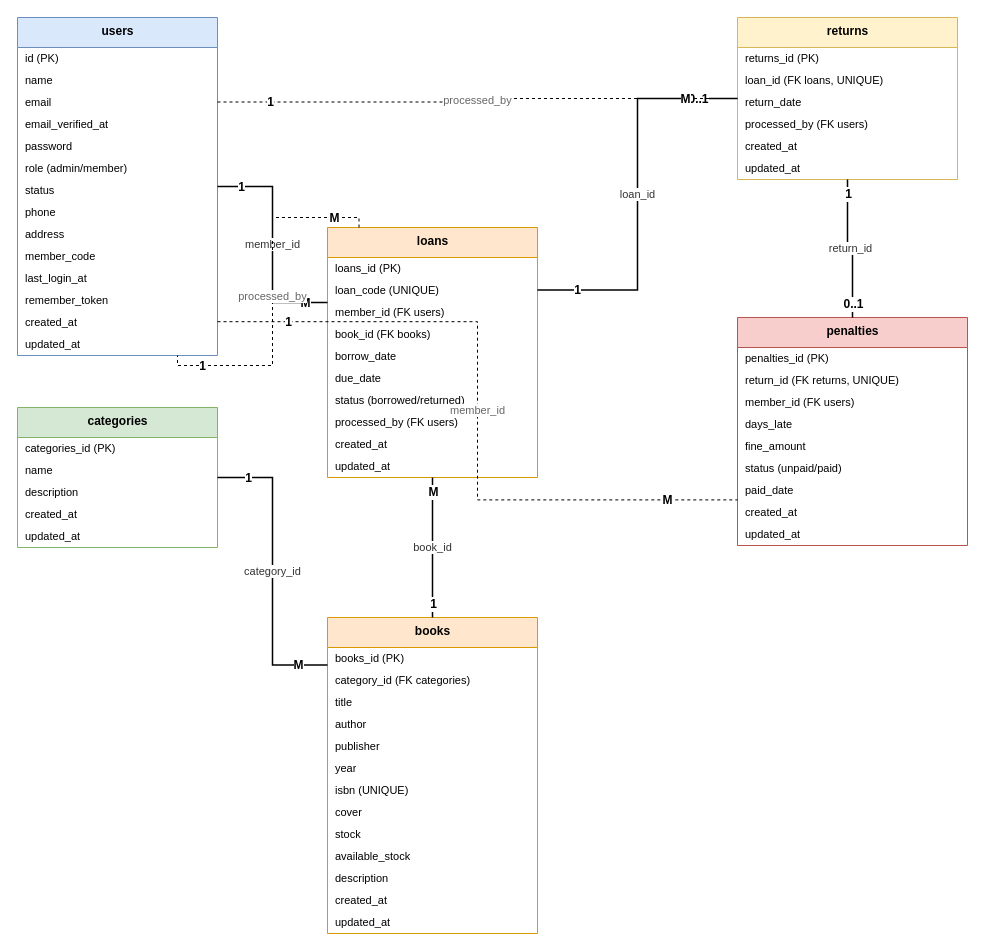
The draw.io diagram erd-perpustakaan.drawio in firmnware/Laravel10-CRUD-Library-System, before the edit. Source tidied: cells renumbered, new cells numbered last; positions are measured from the earlier drawing's top-left corner, leaving out a move shared by most shapes. Both pictures are drawn from the tidied source at 100%, with x=0, y=0 at pixel (17, 17).
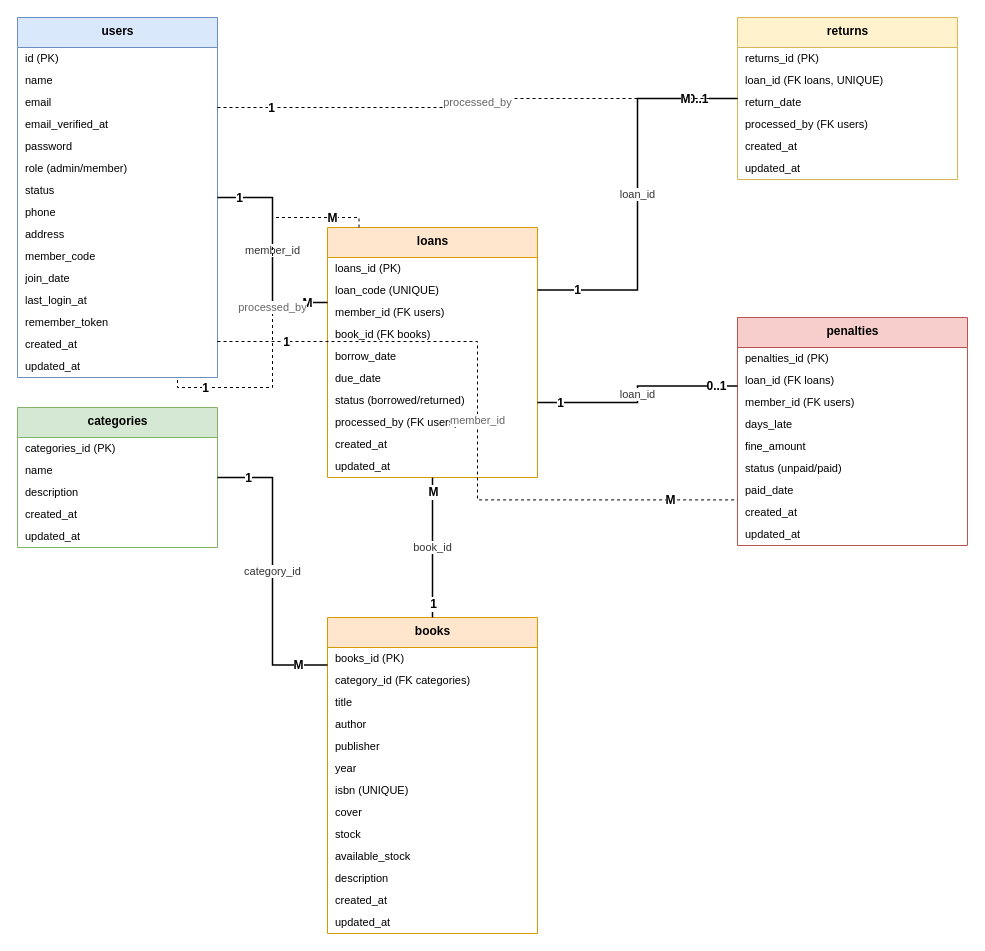
Above is the later version.

Commit message (it also covers changes not shown here):
Align ERD & kardinalitas.md dengan skema phpMyAdmin aktual (penalties.loan_id, users.join_date, loans.loans_id+processed_by)

The change refers to these unchanged cells:
```xml
<mxCell id="23" value="loans" style="swimlane;fontStyle=1;align=center;verticalAlign=top;horizontal=1;startSize=30;fillColor=#ffe6cc;strokeColor=#d79b00;html=1;fontSize=12;" parent="1" vertex="1">
  <mxGeometry x="310" y="210" width="210" height="250" as="geometry" />
</mxCell>
<mxCell id="48" value="returns" style="swimlane;fontStyle=1;align=center;verticalAlign=top;horizontal=1;startSize=30;fillColor=#fff2cc;strokeColor=#d6b656;html=1;fontSize=12;" parent="1" vertex="1">
  <mxGeometry x="720" width="220" height="162" as="geometry" />
</mxCell>
<mxCell id="55" value="penalties" style="swimlane;fontStyle=1;align=center;verticalAlign=top;horizontal=1;startSize=30;fillColor=#f8cecc;strokeColor=#b85450;html=1;fontSize=12;" parent="1" vertex="1">
  <mxGeometry x="720" y="300" width="230" height="228" as="geometry" />
</mxCell>
```

What changed in the source:
```diff
@@
     <mxCell id="2" value="users" style="swimlane;fontStyle=1;align=center;verticalAlign=top;horizontal=1;startSize=30;fillColor=#dae8fc;strokeColor=#6c8ebf;html=1;fontSize=12;" parent="1" vertex="1">
-      <mxGeometry width="200" height="338" as="geometry" />
+      <mxGeometry width="200" height="360" as="geometry" />
     </mxCell>
@@
-    <mxCell id="13" value="last_login_at" style="text;strokeColor=none;fillColor=none;align=left;verticalAlign=middle;spacingLeft=6;overflow=hidden;fontSize=11;html=1;" parent="2" vertex="1">
+    <mxCell id="13" value="join_date" style="text;strokeColor=none;fillColor=none;align=left;verticalAlign=middle;spacingLeft=6;overflow=hidden;fontSize=11;html=1;" parent="2" vertex="1">
       <mxGeometry y="250" width="200" height="22" as="geometry" />
     </mxCell>
-    <mxCell id="14" value="remember_token" style="text;strokeColor=none;fillColor=none;align=left;verticalAlign=middle;spacingLeft=6;overflow=hidden;fontSize=11;html=1;" parent="2" vertex="1">
+    <mxCell id="14" value="last_login_at" style="text;strokeColor=none;fillColor=none;align=left;verticalAlign=middle;spacingLeft=6;overflow=hidden;fontSize=11;html=1;" parent="2" vertex="1">
       <mxGeometry y="272" width="200" height="22" as="geometry" />
     </mxCell>
-    <mxCell id="15" value="created_at" style="text;strokeColor=none;fillColor=none;align=left;verticalAlign=middle;spacingLeft=6;overflow=hidden;fontSize=11;html=1;" parent="2" vertex="1">
+    <mxCell id="15" value="remember_token" style="text;strokeColor=none;fillColor=none;align=left;verticalAlign=middle;spacingLeft=6;overflow=hidden;fontSize=11;html=1;" parent="2" vertex="1">
       <mxGeometry y="294" width="200" height="22" as="geometry" />
     </mxCell>
-    <mxCell id="16" value="updated_at" style="text;strokeColor=none;fillColor=none;align=left;verticalAlign=middle;spacingLeft=6;overflow=hidden;fontSize=11;html=1;" parent="2" vertex="1">
+    <mxCell id="16" value="created_at" style="text;strokeColor=none;fillColor=none;align=left;verticalAlign=middle;spacingLeft=6;overflow=hidden;fontSize=11;html=1;" parent="2" vertex="1">
       <mxGeometry y="316" width="200" height="22" as="geometry" />
     </mxCell>
+    <mxCell id="89" value="updated_at" style="text;strokeColor=none;fillColor=none;align=left;verticalAlign=middle;spacingLeft=6;overflow=hidden;fontSize=11;html=1;" parent="2" vertex="1">
+      <mxGeometry y="338" width="200" height="22" as="geometry" />
+    </mxCell>
@@
-    <mxCell id="57" value="return_id (FK returns, UNIQUE)" style="text;strokeColor=none;fillColor=none;align=left;verticalAlign=middle;spacingLeft=6;overflow=hidden;fontSize=11;html=1;" parent="55" vertex="1">
+    <mxCell id="57" value="loan_id (FK loans)" style="text;strokeColor=none;fillColor=none;align=left;verticalAlign=middle;spacingLeft=6;overflow=hidden;fontSize=11;html=1;" parent="55" vertex="1">
       <mxGeometry y="52" width="230" height="22" as="geometry" />
     </mxCell>
@@
-    <mxCell id="77" value="return_id" style="edgeStyle=orthogonalEdgeStyle;endArrow=none;html=1;rounded=0;exitX=0.5;exitY=1;exitDx=0;exitDy=0;entryX=0.5;entryY=0;entryDx=0;entryDy=0;strokeWidth=1.5;fontSize=11;fontColor=#333333;" parent="1" edge="1" source="48" target="55">
+    <mxCell id="77" value="loan_id" style="edgeStyle=orthogonalEdgeStyle;endArrow=none;html=1;rounded=0;exitX=1;exitY=0.7;exitDx=0;exitDy=0;entryX=0;entryY=0.3;entryDx=0;entryDy=0;strokeWidth=1.5;fontSize=11;fontColor=#333333;" parent="1" edge="1" source="23" target="55">
       <mxGeometry relative="1" as="geometry" />
     </mxCell>
```
